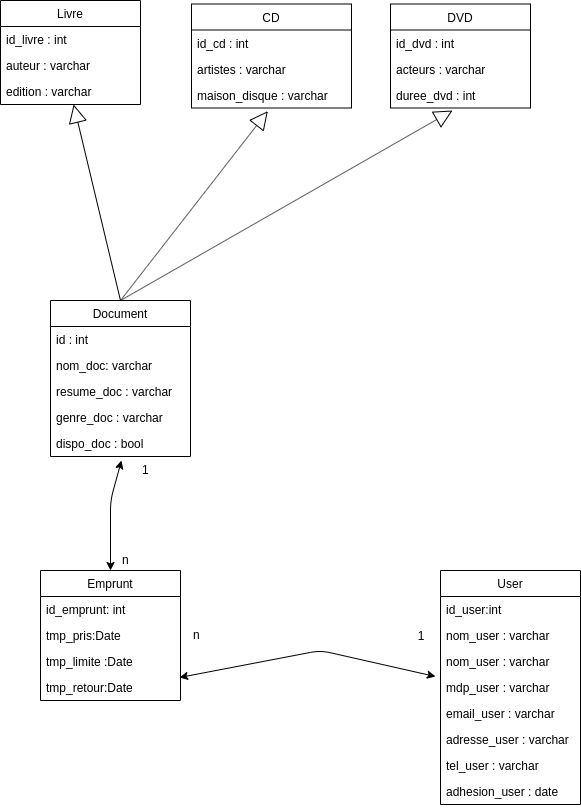
Earlier version of the draw.io export documents/Schema_bdd.png (apinot/medianet). Source tidied: cells renumbered, new cells last; positions are measured from the earlier drawing's top-left corner, leaving out a move shared by most shapes.
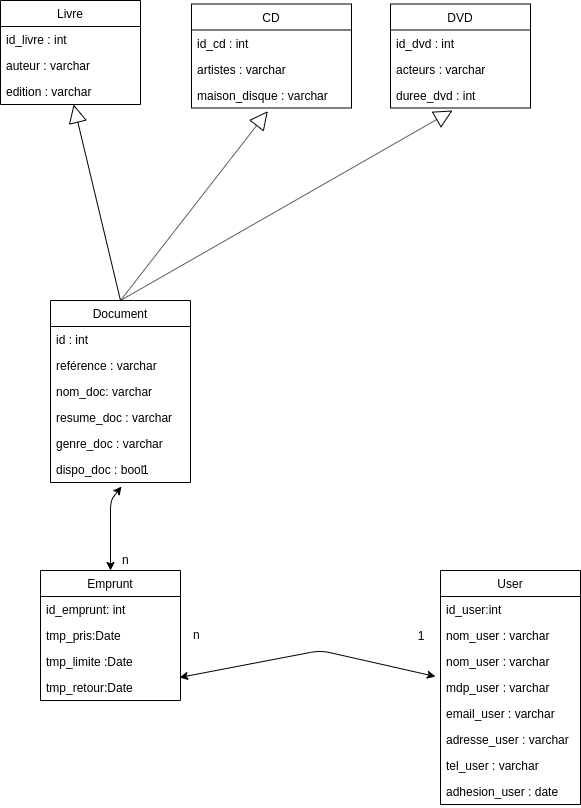
After the change.

Commit message:
ajout réference dans bdd

Diff of the diagram source:
```diff
@@ -104,22 +104,25 @@
       <mxGeometry y="78" width="140" height="26" as="geometry" />
     </mxCell>
     <mxCell id="33" value="Document" style="swimlane;fontStyle=0;horizontal=1;startSize=26;fillColor=none;" parent="1" vertex="1">
-      <mxGeometry x="50" y="300" width="140" height="156" as="geometry" />
+      <mxGeometry x="50" y="300" width="140" height="182" as="geometry" />
     </mxCell>
     <mxCell id="34" value="id : int" style="text;strokeColor=none;fillColor=none;align=left;verticalAlign=top;spacingLeft=4;spacingRight=4;overflow=hidden;" parent="33" vertex="1">
       <mxGeometry y="26" width="140" height="26" as="geometry" />
     </mxCell>
+    <mxCell id="43" value="reférence : varchar" style="text;strokeColor=none;fillColor=none;align=left;verticalAlign=top;spacingLeft=4;spacingRight=4;overflow=hidden;" parent="33" vertex="1">
+      <mxGeometry y="52" width="140" height="26" as="geometry" />
+    </mxCell>
     <mxCell id="35" value="nom_doc: varchar" style="text;strokeColor=none;fillColor=none;align=left;verticalAlign=top;spacingLeft=4;spacingRight=4;overflow=hidden;" parent="33" vertex="1">
-      <mxGeometry y="52" width="140" height="26" as="geometry" />
+      <mxGeometry y="78" width="140" height="26" as="geometry" />
     </mxCell>
     <mxCell id="36" value="resume_doc : varchar" style="text;strokeColor=none;fillColor=none;align=left;verticalAlign=top;spacingLeft=4;spacingRight=4;overflow=hidden;" parent="33" vertex="1">
-      <mxGeometry y="78" width="140" height="26" as="geometry" />
+      <mxGeometry y="104" width="140" height="26" as="geometry" />
     </mxCell>
     <mxCell id="37" value="genre_doc : varchar" style="text;strokeColor=none;fillColor=none;align=left;verticalAlign=top;spacingLeft=4;spacingRight=4;overflow=hidden;" parent="33" vertex="1">
-      <mxGeometry y="104" width="140" height="26" as="geometry" />
+      <mxGeometry y="130" width="140" height="26" as="geometry" />
     </mxCell>
     <mxCell id="38" value="dispo_doc : bool" style="text;strokeColor=none;fillColor=none;align=left;verticalAlign=top;spacingLeft=4;spacingRight=4;overflow=hidden;points=[[0,0.5],[1,0.5]];portConstraint=eastwest;" parent="33" vertex="1">
-      <mxGeometry y="130" width="140" height="26" as="geometry" />
+      <mxGeometry y="156" width="140" height="26" as="geometry" />
     </mxCell>
     <mxCell id="39" style="endArrow=block;endSize=16;endFill=0;html=1;exitX=0.5;exitY=0;exitDx=0;exitDy=0;entryX=0.477;entryY=1.121;entryDx=0;entryDy=0;entryPerimeter=0;" parent="1" edge="1" source="33" target="28">
       <mxGeometry relative="1" as="geometry" />
```
